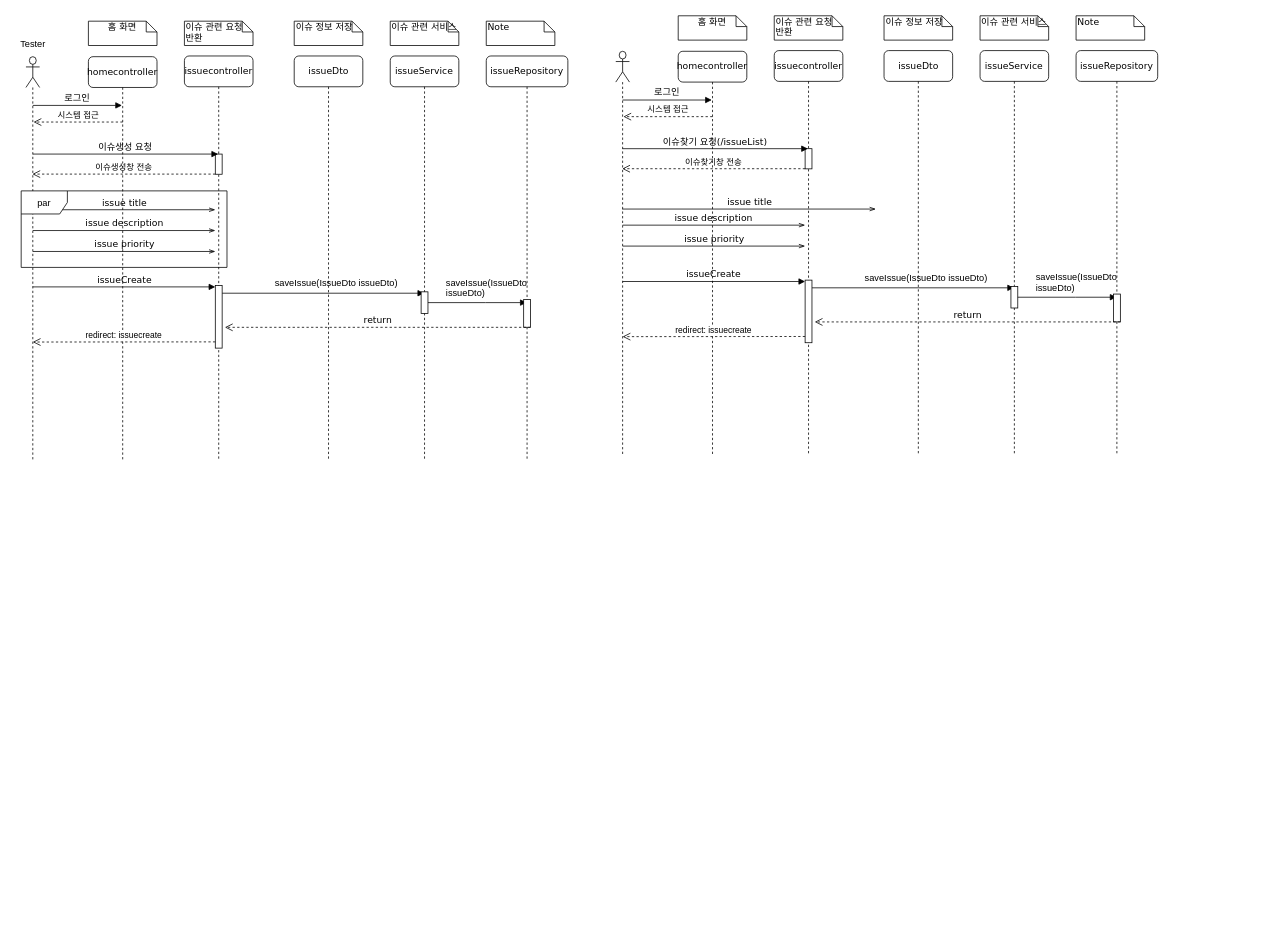
The draw.io diagram 시퀀스다이어그램 찐막.drawio in ls-hyun0929/Term_Project_19, before the edit. Source tidied: cells renumbered, new cells numbered last; positions are measured from the earlier drawing's top-left corner, leaving out a move shared by most shapes. Both pictures are drawn from the tidied source at 77%, with x=0, y=0 at pixel (12, 15).
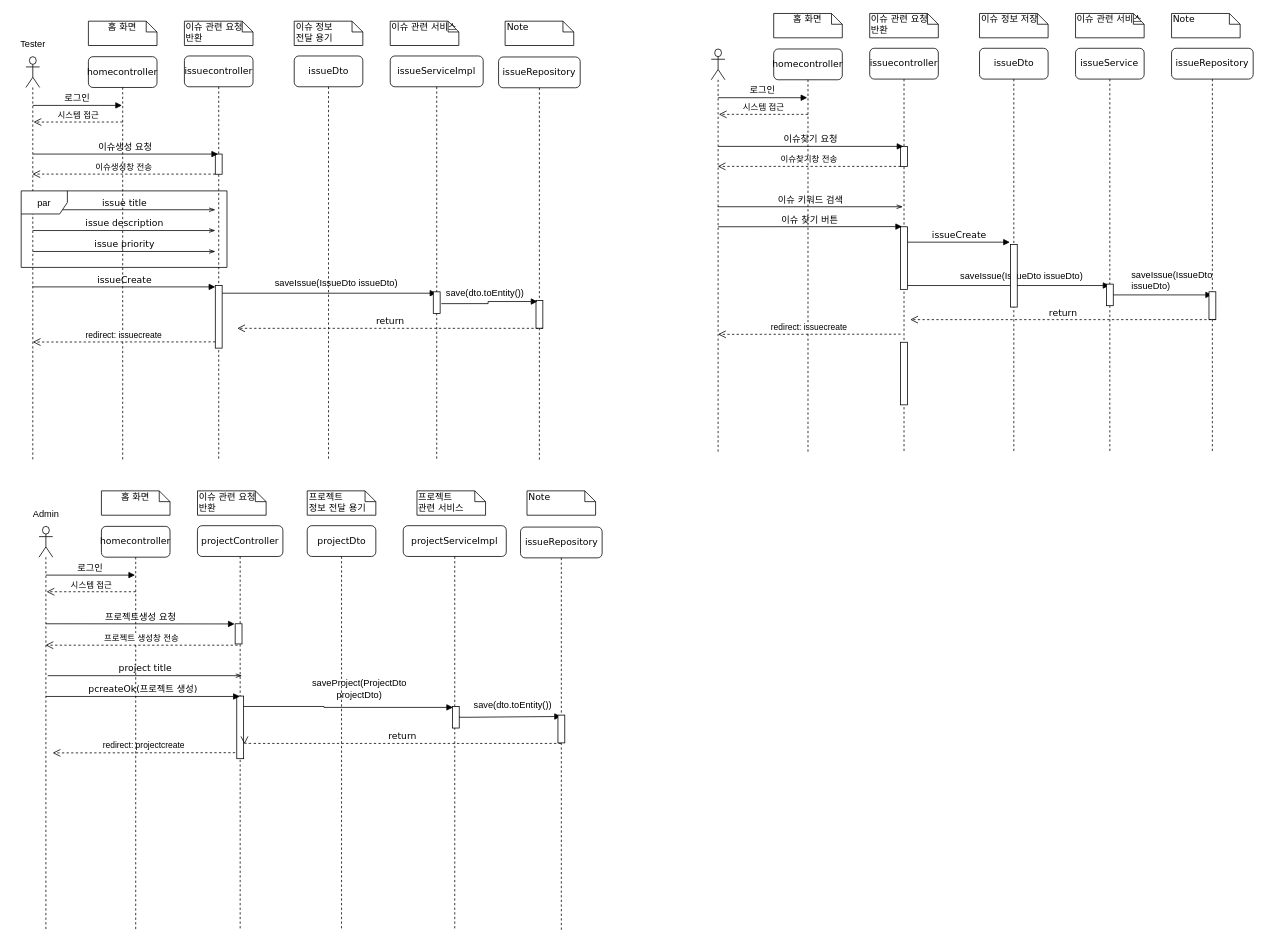
Above is the later version.

Commit message (it also covers changes not shown here):
시퀀스다이어그램 찐막.drawio 업데이트

The change refers to these unchanged cells:
```xml
<mxCell id="2" style="group;" parent="1" vertex="1">
  <mxGeometry x="11" y="7" width="710" height="571" as="geometry" />
</mxCell>
<mxCell id="16" style="html=1;points=[];perimeter=orthogonalPerimeter;rounded=0;shadow=0;comic=0;labelBackgroundColor=none;strokeColor=#000000;strokeWidth=1;fillColor=#FFFFFF;fontFamily=Verdana;fontSize=12;fontColor=#000000;align=center;" parent="14" vertex="1">
  <mxGeometry x="48.6" y="316.2" width="8.9" height="36.1" as="geometry" />
</mxCell>
<mxCell id="38" value="issuecontroller" style="shape=umlLifeline;perimeter=lifelinePerimeter;whiteSpace=wrap;html=1;outlineConnect=0;rounded=1;shadow=0;comic=0;labelBackgroundColor=none;strokeWidth=1;fontFamily=Verdana;fontSize=12;align=center;" parent="37" vertex="1">
  <mxGeometry x="212" y="45.2" width="89.1" height="524" as="geometry" />
</mxCell>
<mxCell id="45" value="issueService" style="shape=umlLifeline;perimeter=lifelinePerimeter;whiteSpace=wrap;html=1;outlineConnect=0;rounded=1;shadow=0;comic=0;labelBackgroundColor=none;strokeWidth=1;fontFamily=Verdana;fontSize=12;align=center;" parent="37" vertex="1">
  <mxGeometry x="479.3" y="45.2" width="89.1" height="524" as="geometry" />
</mxCell>
<mxCell id="53" value="homecontroller" style="shape=umlLifeline;perimeter=lifelinePerimeter;whiteSpace=wrap;html=1;rounded=1;shadow=0;comic=0;labelBackgroundColor=none;strokeWidth=1;fontFamily=Verdana;fontSize=12;align=center;" parent="37" vertex="1">
  <mxGeometry x="87.3" y="46.1" width="89.1" height="524" as="geometry" />
</mxCell>
<mxCell id="62" style="shape=umlLifeline;perimeter=lifelinePerimeter;whiteSpace=wrap;html=1;outlineConnect=0;portConstraint=eastwest;newEdgeStyle={&quot;curved&quot;:0,&quot;rounded&quot;:0};participant=umlActor;" parent="37" vertex="1">
  <mxGeometry x="6.2" y="46.1" width="17.8" height="524.9" as="geometry" />
</mxCell>
```

The edit, as a diff of the source:
```diff
@@
-    <mxCell id="10" value="issueService" style="shape=umlLifeline;perimeter=lifelinePerimeter;whiteSpace=wrap;html=1;outlineConnect=0;rounded=1;shadow=0;comic=0;labelBackgroundColor=none;strokeWidth=1;fontFamily=Verdana;fontSize=12;align=center;" parent="2" vertex="1">
-      <mxGeometry x="479.3" y="45.2" width="89.1" height="524" as="geometry" />
+    <mxCell id="10" value="issueServiceImpl" style="shape=umlLifeline;perimeter=lifelinePerimeter;whiteSpace=wrap;html=1;outlineConnect=0;rounded=1;shadow=0;comic=0;labelBackgroundColor=none;strokeWidth=1;fontFamily=Verdana;fontSize=12;align=center;" parent="2" vertex="1">
+      <mxGeometry x="479.3" y="45.2" width="120.7" height="524" as="geometry" />
     </mxCell>
-    <mxCell id="11" style="html=1;points=[];perimeter=orthogonalPerimeter;rounded=0;shadow=0;comic=0;labelBackgroundColor=none;strokeWidth=1;fontFamily=Verdana;fontSize=12;align=center;" parent="10" vertex="1">
-      <mxGeometry x="40.1" y="306.3" width="8.9" height="28" as="geometry" />
-    </mxCell>
@@
     <mxCell id="14" value="issueRepository" style="shape=umlLifeline;perimeter=lifelinePerimeter;whiteSpace=wrap;html=1;outlineConnect=0;rounded=1;shadow=0;comic=0;labelBackgroundColor=none;strokeWidth=1;fontFamily=Verdana;fontSize=12;align=center;" parent="2" vertex="1">
-      <mxGeometry x="604" y="45.2" width="106" height="524" as="geometry" />
+      <mxGeometry x="620" y="46.5" width="106" height="524" as="geometry" />
     </mxCell>
-    <mxCell id="15" style="endArrow=block;endFill=1;html=1;edgeStyle=orthogonalEdgeStyle;align=left;verticalAlign=top;rounded=0;" parent="14" edge="1" target="14">
-      <mxGeometry x="-1" relative="1" as="geometry">
-        <mxPoint x="-75.7" y="320.3" as="sourcePoint" />
-        <Array as="points">
-          <mxPoint x="-0.9" y="320.7" />
-          <mxPoint x="-0.9" y="320.7" />
-        </Array>
-      </mxGeometry>
-    </mxCell>
@@
-    <mxCell id="24" value="이슈 정보 저장" style="shape=note;whiteSpace=wrap;html=1;size=14;verticalAlign=top;align=left;spacingTop=-6;rounded=0;shadow=0;comic=0;labelBackgroundColor=none;strokeWidth=1;fontFamily=Verdana;fontSize=12;" parent="2" vertex="1">
+    <mxCell id="24" value="&lt;div&gt;이슈 정보&lt;/div&gt;&lt;div&gt;전달 용기&lt;br&gt;&lt;/div&gt;" style="shape=note;whiteSpace=wrap;html=1;size=14;verticalAlign=top;align=left;spacingTop=-6;rounded=0;shadow=0;comic=0;labelBackgroundColor=none;strokeWidth=1;fontFamily=Verdana;fontSize=12;" parent="2" vertex="1">
       <mxGeometry x="354.6" width="89.1" height="31.6" as="geometry" />
     </mxCell>
@@
     <mxCell id="26" value="Note" style="shape=note;whiteSpace=wrap;html=1;size=14;verticalAlign=top;align=left;spacingTop=-6;rounded=0;shadow=0;comic=0;labelBackgroundColor=none;strokeWidth=1;fontFamily=Verdana;fontSize=12;" parent="2" vertex="1">
-      <mxGeometry x="604" width="89.1" height="31.6" as="geometry" />
+      <mxGeometry x="628.5" width="89.1" height="31.6" as="geometry" />
     </mxCell>
@@
-    <mxCell id="35" value="saveIssue(IssueDto issueDto)" style="text;whiteSpace=wrap;html=1;" parent="2" vertex="1">
-      <mxGeometry x="549.6" y="326.2" width="107.8" height="26.2" as="geometry" />
+    <mxCell id="35" value="save(dto.toEntity())" style="text;whiteSpace=wrap;html=1;" parent="2" vertex="1">
+      <mxGeometry x="550" y="340" width="97.8" height="26.2" as="geometry" />
     </mxCell>
@@
+    <mxCell id="11" style="html=1;points=[];perimeter=orthogonalPerimeter;rounded=0;shadow=0;comic=0;labelBackgroundColor=none;strokeWidth=1;fontFamily=Verdana;fontSize=12;align=center;" parent="2" vertex="1">
+      <mxGeometry x="535.2" y="351.5" width="8.9" height="28" as="geometry" />
+    </mxCell>
+    <mxCell id="15" style="endArrow=block;endFill=1;html=1;edgeStyle=orthogonalEdgeStyle;align=left;verticalAlign=top;rounded=0;exitX=1.17;exitY=0.548;exitDx=0;exitDy=0;exitPerimeter=0;entryX=0.209;entryY=0.039;entryDx=0;entryDy=0;entryPerimeter=0;" parent="2" edge="1" source="11" target="16">
+      <mxGeometry x="-1" relative="1" as="geometry" />
+    </mxCell>
     <mxCell id="37" style="group;" parent="1" vertex="1">
-      <mxGeometry x="777" width="710" height="571" as="geometry" />
+      <mxGeometry x="901" y="-3" width="710" height="571" as="geometry" />
     </mxCell>
@@
-    <mxCell id="41" value="issue title" style="html=1;verticalAlign=bottom;endArrow=openThin;labelBackgroundColor=none;fontFamily=Verdana;fontSize=12;endFill=0;" parent="38" edge="1" source="62">
+    <mxCell id="41" value="이슈 키워드 검색" style="html=1;verticalAlign=bottom;endArrow=openThin;labelBackgroundColor=none;fontFamily=Verdana;fontSize=12;endFill=0;" parent="38" edge="1" source="62">
       <mxGeometry relative="1" as="geometry">
-        <mxPoint x="132" y="205.8" as="targetPoint" />
+        <mxPoint x="43" y="205.8" as="targetPoint" />
       </mxGeometry>
     </mxCell>
-    <mxCell id="42" style="html=1;perimeter=orthogonalPerimeter;rounded=0;shadow=0;comic=0;labelBackgroundColor=none;strokeWidth=1;fontFamily=Verdana;fontSize=12;align=center;" parent="38" vertex="1">
-      <mxGeometry x="40.1" y="298.1" width="8.9" height="81.3" as="geometry" />
-    </mxCell>
+    <mxCell id="70" style="html=1;perimeter=orthogonalPerimeter;rounded=0;shadow=0;comic=0;labelBackgroundColor=none;strokeWidth=1;fontFamily=Verdana;fontSize=12;align=center;" parent="38" vertex="1">
+      <mxGeometry x="40.1" y="231.8" width="8.9" height="81.3" as="geometry" />
+    </mxCell>
@@
     <mxCell id="47" style="group;" parent="45" vertex="1">
-      <mxGeometry x="-190.6" y="288.2" width="196" height="18.1" as="geometry" />
+      <mxGeometry x="-190.6" y="288.2" width="196" height="47.9" as="geometry" />
     </mxCell>
@@
+    <mxCell id="71" style="html=1;perimeter=orthogonalPerimeter;rounded=0;shadow=0;comic=0;labelBackgroundColor=none;strokeWidth=1;fontFamily=Verdana;fontSize=12;align=center;" parent="47" vertex="1">
+      <mxGeometry x="106" y="-33.4" width="8.9" height="81.3" as="geometry" />
+    </mxCell>
@@
-    <mxCell id="55" value="이슈찾기 요청(/issueList)" style="html=1;verticalAlign=bottom;endArrow=block;labelBackgroundColor=none;fontFamily=Verdana;fontSize=12;" parent="53" edge="1">
+    <mxCell id="55" value="이슈찾기 요청" style="html=1;verticalAlign=bottom;endArrow=block;labelBackgroundColor=none;fontFamily=Verdana;fontSize=12;" parent="53" edge="1">
       <mxGeometry relative="1" as="geometry">
         <mxPoint x="-72.2" y="126.5" as="sourcePoint" />
         <mxPoint x="168.4" y="126.5" as="targetPoint" />
       </mxGeometry>
     </mxCell>
-    <mxCell id="56" value="issue priority" style="html=1;verticalAlign=bottom;endArrow=openThin;labelBackgroundColor=none;fontFamily=Verdana;fontSize=12;endFill=0;" parent="53" edge="1">
-      <mxGeometry relative="1" as="geometry">
-        <mxPoint x="-72.2" y="253" as="sourcePoint" />
-        <mxPoint x="164.8" y="253" as="targetPoint" />
-      </mxGeometry>
-    </mxCell>
@@
-    <mxCell id="67" value="issue description" style="html=1;verticalAlign=bottom;endArrow=openThin;labelBackgroundColor=none;fontFamily=Verdana;fontSize=12;endFill=0;" parent="37" edge="1">
-      <mxGeometry relative="1" as="geometry">
-        <mxPoint x="15.1" y="271.9" as="sourcePoint" />
-        <mxPoint x="252.1" y="271.9" as="targetPoint" />
-      </mxGeometry>
-    </mxCell>
     <mxCell id="68" value="issueCreate" style="html=1;verticalAlign=bottom;endArrow=block;labelBackgroundColor=none;fontFamily=Verdana;fontSize=12;" parent="37" edge="1">
       <mxGeometry relative="1" as="geometry">
-        <mxPoint x="15.1" y="345.1" as="sourcePoint" />
-        <mxPoint x="252.1" y="345.1" as="targetPoint" />
+        <mxPoint x="261" y="297" as="sourcePoint" />
+        <mxPoint x="394" y="297" as="targetPoint" />
       </mxGeometry>
     </mxCell>
@@
+    <mxCell id="56" value="이슈 찾기 버튼" style="html=1;verticalAlign=bottom;endArrow=block;labelBackgroundColor=none;fontFamily=Verdana;fontSize=12;endFill=1;entryX=0.471;entryY=0.442;entryDx=0;entryDy=0;entryPerimeter=0;" parent="37" edge="1" target="38">
+      <mxGeometry relative="1" as="geometry">
+        <mxPoint x="15.1" y="277" as="sourcePoint" />
+      </mxGeometry>
+    </mxCell>
+    <mxCell id="42" style="html=1;perimeter=orthogonalPerimeter;rounded=0;shadow=0;comic=0;labelBackgroundColor=none;strokeWidth=1;fontFamily=Verdana;fontSize=12;align=center;" parent="37" vertex="1">
+      <mxGeometry x="252.1" y="427" width="8.9" height="81.3" as="geometry" />
+    </mxCell>
+    <mxCell id="72" value="projectController" style="shape=umlLifeline;perimeter=lifelinePerimeter;whiteSpace=wrap;html=1;rounded=1;shadow=0;comic=0;labelBackgroundColor=none;strokeWidth=1;fontFamily=Verdana;fontSize=12;align=center;" parent="1" vertex="1">
+      <mxGeometry x="239.9" y="662.2" width="111" height="524" as="geometry" />
+    </mxCell>
+    <mxCell id="73" style="html=1;points=[];perimeter=orthogonalPerimeter;rounded=0;shadow=0;comic=0;labelBackgroundColor=none;strokeWidth=1;fontFamily=Verdana;fontSize=12;align=center;" parent="72" vertex="1">
+      <mxGeometry x="49" y="127.4" width="8.9" height="26.2" as="geometry" />
+    </mxCell>
+    <mxCell id="74" style="html=1;perimeter=orthogonalPerimeter;rounded=0;shadow=0;comic=0;labelBackgroundColor=none;strokeWidth=1;fontFamily=Verdana;fontSize=12;align=center;" parent="72" vertex="1">
+      <mxGeometry x="51.1" y="221.3" width="8.9" height="81.3" as="geometry" />
+    </mxCell>
+    <mxCell id="75" value="project title" style="html=1;verticalAlign=bottom;endArrow=openThin;labelBackgroundColor=none;fontFamily=Verdana;fontSize=12;endFill=0;" parent="72" edge="1">
+      <mxGeometry relative="1" as="geometry">
+        <mxPoint x="-194.4" y="194.8" as="sourcePoint" />
+        <mxPoint x="57.9" y="194.8" as="targetPoint" />
+      </mxGeometry>
+    </mxCell>
+    <mxCell id="76" value="pcreateOk(프로젝트 생성)" style="html=1;verticalAlign=bottom;endArrow=block;labelBackgroundColor=none;fontFamily=Verdana;fontSize=12;" parent="72" edge="1">
+      <mxGeometry relative="1" as="geometry">
+        <mxPoint x="-196.9" y="221.8" as="sourcePoint" />
+        <mxPoint x="55" y="221.8" as="targetPoint" />
+      </mxGeometry>
+    </mxCell>
+    <mxCell id="77" value="redirect: projectcreate" style="html=1;verticalAlign=bottom;endArrow=open;dashed=1;endSize=8;curved=0;rounded=0;" parent="72" edge="1">
+      <mxGeometry relative="1" as="geometry">
+        <mxPoint x="49" y="294.8" as="sourcePoint" />
+        <mxPoint x="-188" y="295.1" as="targetPoint" />
+      </mxGeometry>
+    </mxCell>
+    <mxCell id="78" value="projectDto" style="shape=umlLifeline;perimeter=lifelinePerimeter;whiteSpace=wrap;html=1;rounded=1;shadow=0;comic=0;labelBackgroundColor=none;strokeWidth=1;fontFamily=Verdana;fontSize=12;align=center;" parent="1" vertex="1">
+      <mxGeometry x="382.5" y="662.2" width="89.1" height="524" as="geometry" />
+    </mxCell>
+    <mxCell id="79" value="projectServiceImpl" style="shape=umlLifeline;perimeter=lifelinePerimeter;whiteSpace=wrap;html=1;rounded=1;shadow=0;comic=0;labelBackgroundColor=none;strokeWidth=1;fontFamily=Verdana;fontSize=12;align=center;" parent="1" vertex="1">
+      <mxGeometry x="507.2" y="662.2" width="133.8" height="524" as="geometry" />
+    </mxCell>
+    <mxCell id="80" style="endArrow=block;endFill=1;html=1;edgeStyle=orthogonalEdgeStyle;align=left;verticalAlign=top;rounded=0;entryX=0.093;entryY=0.043;entryDx=0;entryDy=0;entryPerimeter=0;" parent="79" edge="1" target="102">
+      <mxGeometry x="-1" relative="1" as="geometry">
+        <mxPoint x="-207.6" y="234.8" as="sourcePoint" />
+        <Array as="points">
+          <mxPoint x="-103" y="235" />
+          <mxPoint x="-103" y="236" />
+        </Array>
+      </mxGeometry>
+    </mxCell>
+    <mxCell id="81" value="return" style="html=1;verticalAlign=bottom;endArrow=open;dashed=1;endSize=8;labelBackgroundColor=none;fontFamily=Verdana;fontSize=12;edgeStyle=elbowEdgeStyle;elbow=vertical;" parent="79" edge="1">
+      <mxGeometry relative="1" as="geometry">
+        <mxPoint x="204.8" y="282.8" as="sourcePoint" />
+        <mxPoint x="-206.2" y="283.8" as="targetPoint" />
+        <Array as="points">
+          <mxPoint x="-96.6" y="282.8" />
+        </Array>
+      </mxGeometry>
+    </mxCell>
+    <mxCell id="82" value="homecontroller" style="shape=umlLifeline;perimeter=lifelinePerimeter;whiteSpace=wrap;html=1;rounded=1;shadow=0;comic=0;labelBackgroundColor=none;strokeWidth=1;fontFamily=Verdana;fontSize=12;align=center;" parent="1" vertex="1">
+      <mxGeometry x="115.2" y="663.1" width="89.1" height="524" as="geometry" />
+    </mxCell>
+    <mxCell id="83" value="시스템 접근" style="html=1;verticalAlign=bottom;endArrow=open;dashed=1;endSize=8;curved=0;rounded=0;" parent="82" edge="1">
+      <mxGeometry relative="1" as="geometry">
+        <mxPoint x="44.5" y="84.9" as="sourcePoint" />
+        <mxPoint x="-71.2" y="84.9" as="targetPoint" />
+      </mxGeometry>
+    </mxCell>
+    <mxCell id="84" value="프로젝트생성 요청" style="html=1;verticalAlign=bottom;endArrow=block;labelBackgroundColor=none;fontFamily=Verdana;fontSize=12;entryX=-0.074;entryY=0.008;entryDx=0;entryDy=0;entryPerimeter=0;" parent="82" edge="1" target="73">
+      <mxGeometry relative="1" as="geometry">
+        <mxPoint x="-72.2" y="126.5" as="sourcePoint" />
+      </mxGeometry>
+    </mxCell>
+    <mxCell id="85" value="홈 화면" style="shape=note;whiteSpace=wrap;html=1;size=14;verticalAlign=top;align=center;spacingTop=-6;rounded=0;shadow=0;comic=0;labelBackgroundColor=none;strokeWidth=1;fontFamily=Verdana;fontSize=12;" parent="1" vertex="1">
+      <mxGeometry x="115.2" y="617" width="89.1" height="31.6" as="geometry" />
+    </mxCell>
+    <mxCell id="86" value="&lt;div&gt;이슈 관련 요청&lt;/div&gt;&lt;div&gt;반환&lt;br&gt;&lt;/div&gt;" style="shape=note;whiteSpace=wrap;html=1;size=14;verticalAlign=top;align=left;spacingTop=-6;rounded=0;shadow=0;comic=0;labelBackgroundColor=none;strokeWidth=1;fontFamily=Verdana;fontSize=12;" parent="1" vertex="1">
+      <mxGeometry x="240" y="617" width="89.1" height="31.6" as="geometry" />
+    </mxCell>
+    <mxCell id="87" value="프로젝트&lt;br&gt; 정보 전달 용기" style="shape=note;whiteSpace=wrap;html=1;size=14;verticalAlign=top;align=left;spacingTop=-6;rounded=0;shadow=0;comic=0;labelBackgroundColor=none;strokeWidth=1;fontFamily=Verdana;fontSize=12;" parent="1" vertex="1">
+      <mxGeometry x="382.5" y="617" width="89.1" height="31.6" as="geometry" />
+    </mxCell>
+    <mxCell id="88" value="프로젝트&lt;br&gt; 관련 서비스" style="shape=note;whiteSpace=wrap;html=1;size=14;verticalAlign=top;align=left;spacingTop=-6;rounded=0;shadow=0;comic=0;labelBackgroundColor=none;strokeWidth=1;fontFamily=Verdana;fontSize=12;" parent="1" vertex="1">
+      <mxGeometry x="525" y="617" width="89.1" height="31.6" as="geometry" />
+    </mxCell>
+    <mxCell id="89" value="Note" style="shape=note;whiteSpace=wrap;html=1;size=14;verticalAlign=top;align=left;spacingTop=-6;rounded=0;shadow=0;comic=0;labelBackgroundColor=none;strokeWidth=1;fontFamily=Verdana;fontSize=12;" parent="1" vertex="1">
+      <mxGeometry x="667.9" y="617" width="89.1" height="31.6" as="geometry" />
+    </mxCell>
+    <mxCell id="90" style="shape=umlLifeline;perimeter=lifelinePerimeter;whiteSpace=wrap;html=1;outlineConnect=0;portConstraint=eastwest;newEdgeStyle={&quot;curved&quot;:0,&quot;rounded&quot;:0};participant=umlActor;" parent="1" vertex="1">
+      <mxGeometry x="34.2" y="663.1" width="17.8" height="524.9" as="geometry" />
+    </mxCell>
+    <mxCell id="91" style="group;" parent="1" vertex="1">
+      <mxGeometry x="43.1" y="708.3" width="115.8" height="18.1" as="geometry" />
+    </mxCell>
+    <mxCell id="92" style="endArrow=block;endFill=1;html=1;edgeStyle=orthogonalEdgeStyle;align=left;verticalAlign=top;rounded=0;" parent="91" edge="1">
+      <mxGeometry x="-1" relative="1" as="geometry">
+        <mxPoint y="18.1" as="sourcePoint" />
+        <mxPoint x="115.8" y="18.1" as="targetPoint" />
+      </mxGeometry>
+    </mxCell>
+    <mxCell id="93" value="로그인" style="text;strokeColor=none;align=center;fillColor=none;html=1;verticalAlign=middle;whiteSpace=wrap;rounded=0;" parent="91" vertex="1">
+      <mxGeometry x="35.6" width="43.7" height="18.1" as="geometry" />
+    </mxCell>
+    <mxCell id="94" value="Admin" style="text;html=1;align=center;verticalAlign=middle;strokeColor=none;fillColor=none;" parent="1" vertex="1">
+      <mxGeometry x="13.1" y="632" width="60" height="30" as="geometry" />
+    </mxCell>
+    <mxCell id="95" value="프로젝트 생성창 전송" style="html=1;verticalAlign=bottom;endArrow=open;dashed=1;endSize=8;curved=0;rounded=0;exitX=0.353;exitY=1.062;exitDx=0;exitDy=0;exitPerimeter=0;" parent="1" edge="1" source="73" target="90">
+      <mxGeometry relative="1" as="geometry" />
+    </mxCell>
+    <mxCell id="96" style="group;" parent="1" vertex="1">
+      <mxGeometry x="329" y="867" width="196" height="18.1" as="geometry" />
+    </mxCell>
+    <mxCell id="97" value="saveProject(ProjectDto projectDto)" style="text;strokeColor=none;align=center;fillColor=none;html=1;verticalAlign=middle;whiteSpace=wrap;rounded=0;" parent="96" vertex="1">
+      <mxGeometry x="36.5" y="-1.8" width="169.3" height="18.1" as="geometry" />
+    </mxCell>
+    <mxCell id="98" value="issueRepository" style="shape=umlLifeline;perimeter=lifelinePerimeter;whiteSpace=wrap;html=1;rounded=1;shadow=0;comic=0;labelBackgroundColor=none;strokeWidth=1;fontFamily=Verdana;fontSize=12;align=center;" parent="1" vertex="1">
+      <mxGeometry x="659.5" y="664" width="106" height="524" as="geometry" />
+    </mxCell>
+    <mxCell id="99" style="endArrow=block;endFill=1;html=1;edgeStyle=orthogonalEdgeStyle;align=left;verticalAlign=top;rounded=0;exitX=0.991;exitY=0.45;exitDx=0;exitDy=0;exitPerimeter=0;" parent="98" edge="1" source="102">
+      <mxGeometry x="-1" relative="1" as="geometry">
+        <mxPoint x="52.5" y="246" as="targetPoint" />
+        <Array as="points">
+          <mxPoint x="-67" y="247" />
+          <mxPoint x="-1" y="247" />
+        </Array>
+      </mxGeometry>
+    </mxCell>
+    <mxCell id="100" style="html=1;perimeter=orthogonalPerimeter;rounded=0;shadow=0;comic=0;labelBackgroundColor=none;strokeColor=#000000;strokeWidth=1;fillColor=#FFFFFF;fontFamily=Verdana;fontSize=12;fontColor=#000000;align=center;" parent="98" vertex="1">
+      <mxGeometry x="48.6" y="244.2" width="8.9" height="36.1" as="geometry" />
+    </mxCell>
+    <mxCell id="101" value="save(dto.toEntity())" style="text;whiteSpace=wrap;html=1;" parent="98" vertex="1">
+      <mxGeometry x="-62.5" y="217" width="107.8" height="26.2" as="geometry" />
+    </mxCell>
+    <mxCell id="102" style="html=1;points=[];perimeter=orthogonalPerimeter;rounded=0;shadow=0;comic=0;labelBackgroundColor=none;strokeWidth=1;fontFamily=Verdana;fontSize=12;align=center;" parent="98" vertex="1">
+      <mxGeometry x="-88.5" y="233" width="8.9" height="28" as="geometry" />
+    </mxCell>
```
